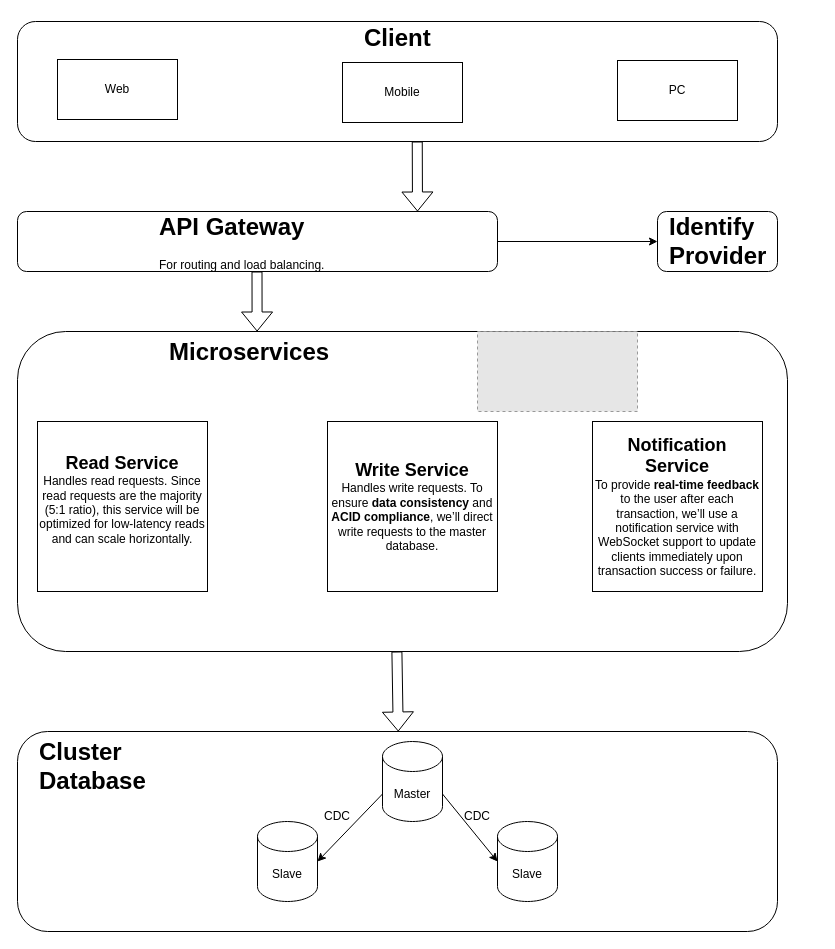
Before: Untitled Diagram.drawio in lancn95/Serverless-lambda, a draw.io diagram. Source tidied: cells renumbered, new cells numbered last; positions are measured from the earlier drawing's top-left corner, leaving out a move shared by most shapes. Both pictures are drawn from the tidied source at 100%, with x=0, y=0 at pixel (17, 17). Pictures stored in the file or linked from it are replaced by grey dashed boxes.
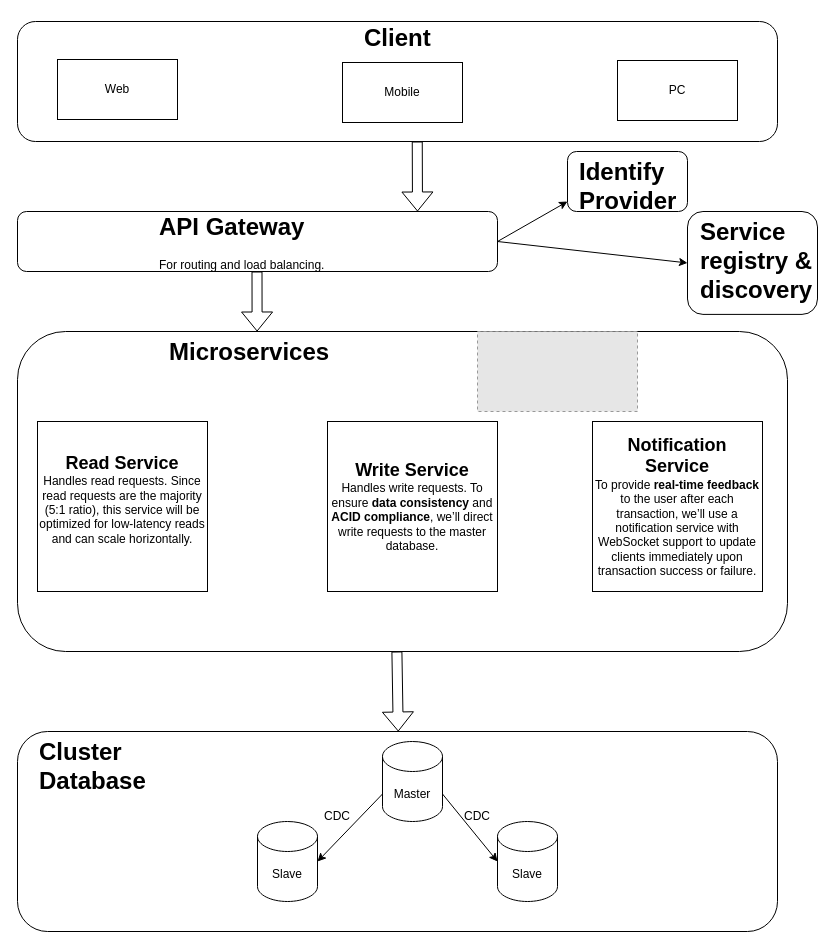
After the change.

Unchanged cells that the change refers to:
```xml
<mxCell id="8" style="rounded=1;whiteSpace=wrap;html=1;" parent="1" vertex="1">
  <mxGeometry y="194" width="480" height="60" as="geometry" />
</mxCell>
```

Diff of the diagram source:
```diff
@@
-    <mxCell id="9" style="rounded=1;whiteSpace=wrap;html=1;" parent="1" vertex="1">
-      <mxGeometry x="640" y="194" width="120" height="60" as="geometry" />
-    </mxCell>
-    <mxCell id="10" style="endArrow=classic;html=1;rounded=0;exitX=1;exitY=0.5;exitDx=0;exitDy=0;entryX=0;entryY=0.5;entryDx=0;entryDy=0;" parent="1" edge="1" source="8" target="9">
-      <mxGeometry relative="1" as="geometry" />
+    <mxCell id="10" style="endArrow=classic;html=1;rounded=0;exitX=1;exitY=0.5;exitDx=0;exitDy=0;" parent="1" edge="1" source="8">
+      <mxGeometry relative="1" as="geometry">
+        <mxPoint x="550" y="184" as="targetPoint" />
+      </mxGeometry>
     </mxCell>
-    <mxCell id="11" value="&lt;h1 style=&quot;margin-top: 0px;&quot;&gt;Identify Provider&lt;/h1&gt;" style="text;html=1;whiteSpace=wrap;overflow=hidden;rounded=0;" parent="1" vertex="1">
-      <mxGeometry x="650" y="189" width="110" height="70" as="geometry" />
-    </mxCell>
@@
+    <mxCell id="30" style="group;" parent="1" vertex="1">
+      <mxGeometry x="550" y="134" width="120" height="70" as="geometry" />
+    </mxCell>
+    <mxCell id="9" style="rounded=1;whiteSpace=wrap;html=1;" parent="30" vertex="1">
+      <mxGeometry width="120" height="60" as="geometry" />
+    </mxCell>
+    <mxCell id="11" value="&lt;h1 style=&quot;margin-top: 0px;&quot;&gt;Identify Provider&lt;/h1&gt;" style="text;html=1;whiteSpace=wrap;overflow=hidden;rounded=0;" parent="30" vertex="1">
+      <mxGeometry x="10" width="110" height="70" as="geometry" />
+    </mxCell>
+    <mxCell id="31" style="group;" parent="1" vertex="1">
+      <mxGeometry x="670" y="194" width="130" height="120" as="geometry" />
+    </mxCell>
+    <mxCell id="32" style="rounded=1;whiteSpace=wrap;html=1;" parent="31" vertex="1">
+      <mxGeometry width="130" height="102.9" as="geometry" />
+    </mxCell>
+    <mxCell id="33" value="&lt;h1 style=&quot;margin-top: 0px;&quot;&gt;Service registry &amp;amp; discovery&lt;/h1&gt;" style="text;html=1;whiteSpace=wrap;overflow=hidden;rounded=0;" parent="31" vertex="1">
+      <mxGeometry x="10.8" width="119.2" height="120" as="geometry" />
+    </mxCell>
+    <mxCell id="34" style="endArrow=classic;html=1;rounded=0;entryX=0;entryY=0.5;entryDx=0;entryDy=0;" parent="1" edge="1" target="32">
+      <mxGeometry relative="1" as="geometry">
+        <mxPoint x="480" y="224" as="sourcePoint" />
+      </mxGeometry>
+    </mxCell>
```
